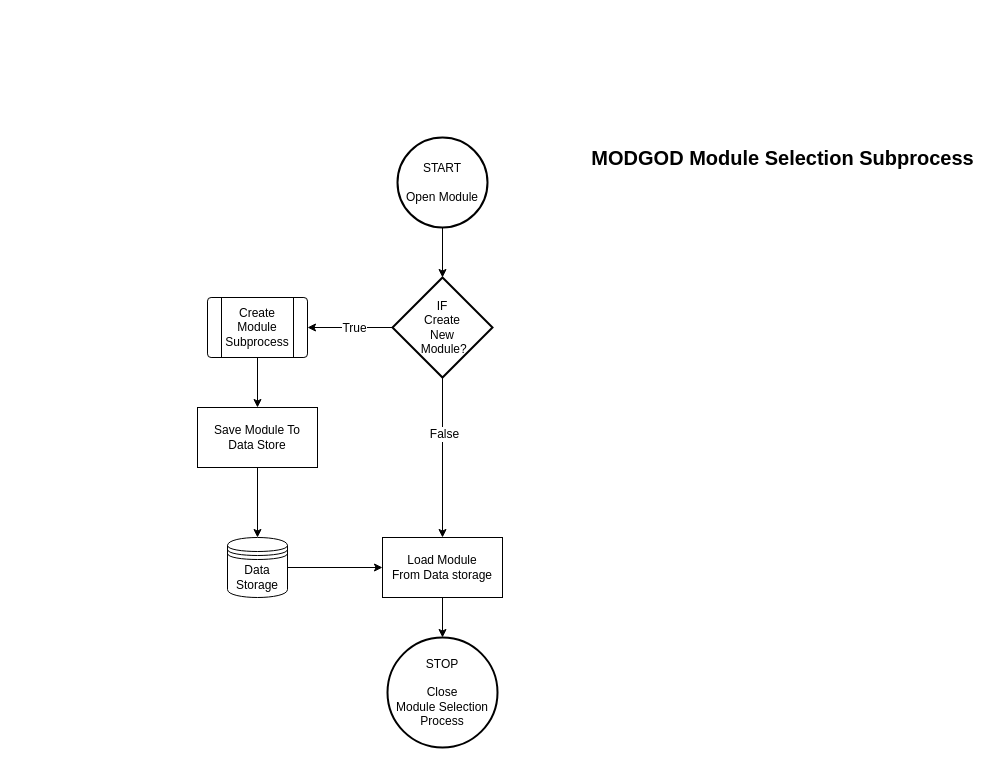
Before: Phase2/Flowcharts/modgodToolset/ModGod/Selection/Module/ModGodModuleSelectionSubprocess.drawio in RPG-Research/bcirpg, a draw.io diagram. Source tidied: cells renumbered, new cells numbered last; positions are measured from the earlier drawing's top-left corner, leaving out a move shared by most shapes. Both pictures are drawn from the tidied source at 100%, with x=0, y=0 at pixel (197, 137).
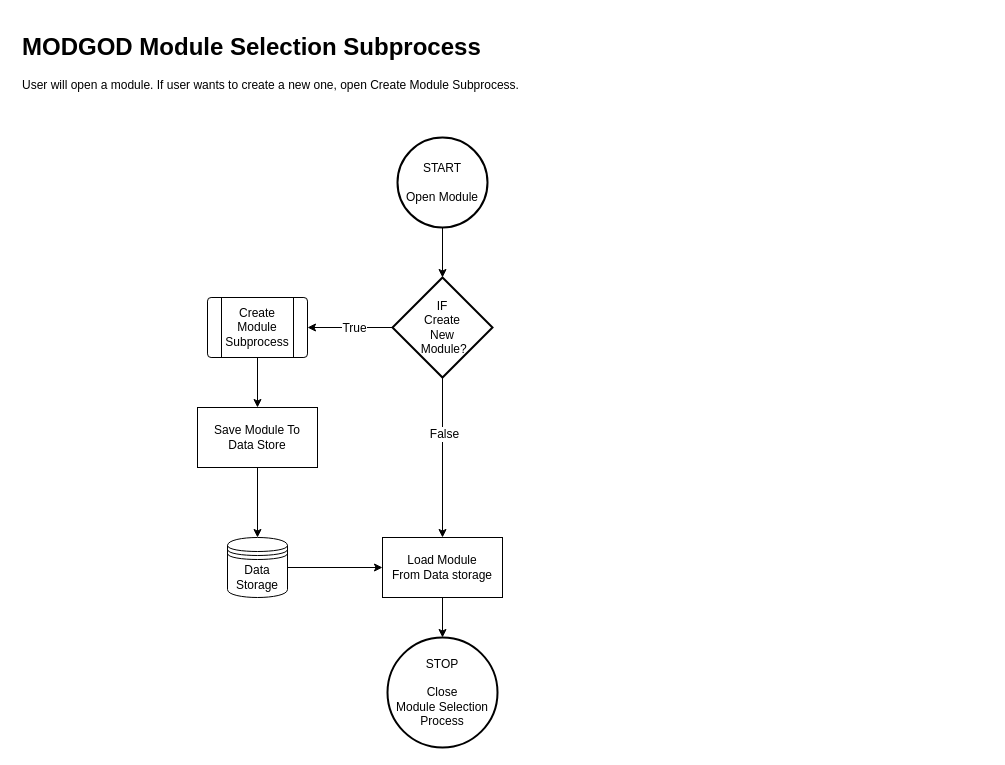
Above is the later version.

The edit, as a diff of the source:
```diff
@@
 <mxGraphModel>
   <root>
     <mxCell id="0" />
     <mxCell id="1" parent="0" />
     <mxCell id="2" style="edgeStyle=orthogonalEdgeStyle;rounded=0;jettySize=auto;html=1;entryX=0.5;entryY=0;entryDx=0;entryDy=0;entryPerimeter=0;" parent="1" edge="1" source="3" target="10">
       <mxGeometry relative="1" as="geometry" />
     </mxCell>
     <mxCell id="3" value="START&lt;br&gt;&lt;br&gt;Open Module" style="strokeWidth=2;html=1;shape=mxgraph.flowchart.start_2;whiteSpace=wrap;" parent="1" vertex="1">
       <mxGeometry x="200" width="90" height="90" as="geometry" />
     </mxCell>
-    <mxCell id="4" value="&lt;b&gt;&lt;font style=&quot;font-size: 20px;&quot;&gt;MODGOD Module Selection Subprocess&lt;/font&gt;&lt;/b&gt;" style="text;html=1;align=center;verticalAlign=middle;strokeColor=none;fillColor=none;" parent="1" vertex="1">
-      <mxGeometry x="380" width="410" height="40" as="geometry" />
-    </mxCell>
     <mxCell id="5" value="STOP&lt;br&gt;&lt;br&gt;Close&lt;br&gt;Module Selection&lt;br&gt;Process" style="strokeWidth=2;html=1;shape=mxgraph.flowchart.start_2;whiteSpace=wrap;" parent="1" vertex="1">
       <mxGeometry x="190" y="500" width="110" height="110" as="geometry" />
     </mxCell>
     <mxCell id="6" style="edgeStyle=orthogonalEdgeStyle;rounded=0;jettySize=auto;html=1;exitX=0.5;exitY=1;exitDx=0;exitDy=0;exitPerimeter=0;fontSize=12;entryX=0.5;entryY=0;entryDx=0;entryDy=0;" parent="1" edge="1" source="10" target="12">
       <mxGeometry relative="1" as="geometry" />
     </mxCell>
     <mxCell id="7" value="False" style="edgeLabel;html=1;align=center;verticalAlign=middle;fontSize=12;" parent="6" vertex="1">
       <mxGeometry x="-0.3" y="1" relative="1" as="geometry" />
     </mxCell>
     <mxCell id="8" style="edgeStyle=orthogonalEdgeStyle;rounded=0;jettySize=auto;html=1;exitX=0;exitY=0.5;exitDx=0;exitDy=0;exitPerimeter=0;entryX=1;entryY=0.5;entryDx=0;entryDy=0;fontSize=12;" parent="1" edge="1" source="10" target="16">
       <mxGeometry relative="1" as="geometry" />
     </mxCell>
     <mxCell id="9" value="True" style="edgeLabel;html=1;align=center;verticalAlign=middle;fontSize=12;" parent="8" vertex="1">
       <mxGeometry x="-0.09" relative="1" as="geometry" />
     </mxCell>
     <mxCell id="10" value="IF&lt;br&gt;Create&lt;br&gt;New&lt;br&gt;&amp;nbsp;Module?" style="strokeWidth=2;html=1;shape=mxgraph.flowchart.decision;whiteSpace=wrap;" parent="1" vertex="1">
       <mxGeometry x="195" y="140" width="100" height="100" as="geometry" />
     </mxCell>
     <mxCell id="11" style="edgeStyle=orthogonalEdgeStyle;rounded=0;jettySize=auto;html=1;exitX=0.5;exitY=1;exitDx=0;exitDy=0;fontSize=12;" parent="1" edge="1" source="12" target="5">
       <mxGeometry relative="1" as="geometry" />
     </mxCell>
     <mxCell id="12" value="Load Module&lt;br&gt;From Data storage" style="rounded=0;whiteSpace=wrap;html=1;fontSize=12;" parent="1" vertex="1">
       <mxGeometry x="185" y="400" width="120" height="60" as="geometry" />
     </mxCell>
     <mxCell id="13" style="edgeStyle=orthogonalEdgeStyle;rounded=0;jettySize=auto;html=1;exitX=1;exitY=0.5;exitDx=0;exitDy=0;entryX=0;entryY=0.5;entryDx=0;entryDy=0;fontSize=12;" parent="1" edge="1" source="14" target="12">
       <mxGeometry relative="1" as="geometry" />
     </mxCell>
     <mxCell id="14" value="Data&lt;br&gt;Storage" style="shape=datastore;whiteSpace=wrap;html=1;fontSize=12;" parent="1" vertex="1">
       <mxGeometry x="30" y="400" width="60" height="60" as="geometry" />
     </mxCell>
     <mxCell id="15" style="edgeStyle=orthogonalEdgeStyle;rounded=0;jettySize=auto;html=1;exitX=0.5;exitY=1;exitDx=0;exitDy=0;fontSize=12;" parent="1" edge="1" source="16" target="18">
       <mxGeometry relative="1" as="geometry" />
     </mxCell>
     <mxCell id="16" value="Create Module&lt;br&gt;Subprocess" style="verticalLabelPosition=middle;verticalAlign=middle;html=1;shape=process;whiteSpace=wrap;rounded=1;size=0.14;arcSize=6;fontSize=12;labelPosition=center;align=center;" parent="1" vertex="1">
       <mxGeometry x="10" y="160" width="100" height="60" as="geometry" />
     </mxCell>
     <mxCell id="17" style="edgeStyle=orthogonalEdgeStyle;rounded=0;jettySize=auto;html=1;fontSize=12;" parent="1" edge="1" source="18" target="14">
       <mxGeometry relative="1" as="geometry" />
     </mxCell>
     <mxCell id="18" value="Save Module To&lt;br&gt;Data Store" style="rounded=0;whiteSpace=wrap;html=1;fontSize=12;" parent="1" vertex="1">
       <mxGeometry y="270" width="120" height="60" as="geometry" />
     </mxCell>
+    <mxCell id="19" value="&lt;h1&gt;MODGOD Module Selection Subprocess&lt;/h1&gt;&lt;p&gt;User will open a module. If user wants to create a new one, open Create Module Subprocess.&lt;/p&gt;" style="text;html=1;strokeColor=none;fillColor=none;spacing=5;spacingTop=-20;whiteSpace=wrap;overflow=hidden;rounded=0;" parent="1" vertex="1">
+      <mxGeometry x="-180" y="-110" width="830" height="120" as="geometry" />
+    </mxCell>
   </root>
 </mxGraphModel>
```
